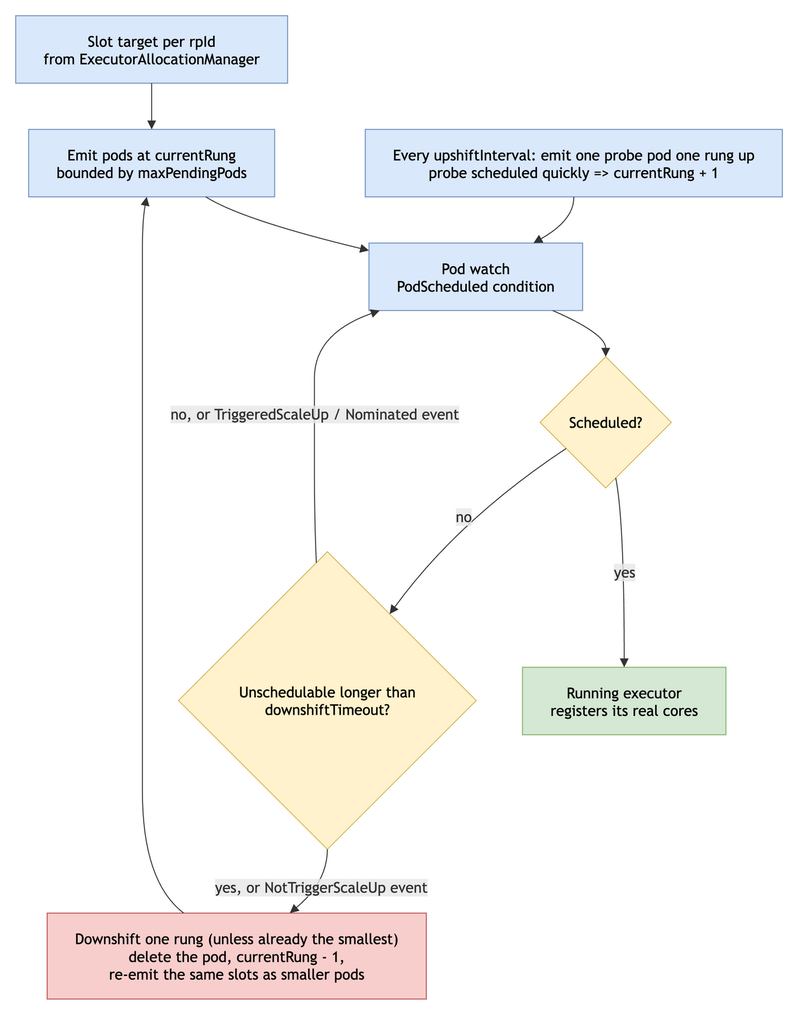
Earlier version of the draw.io export docs/img/spip-heterogeneous-executors/spip-allocation-loop.drawio.png (pushpavanthar/spark). Source tidied: cells renumbered, new cells last; positions are measured from the earlier drawing's top-left corner, leaving out a move shared by most shapes.
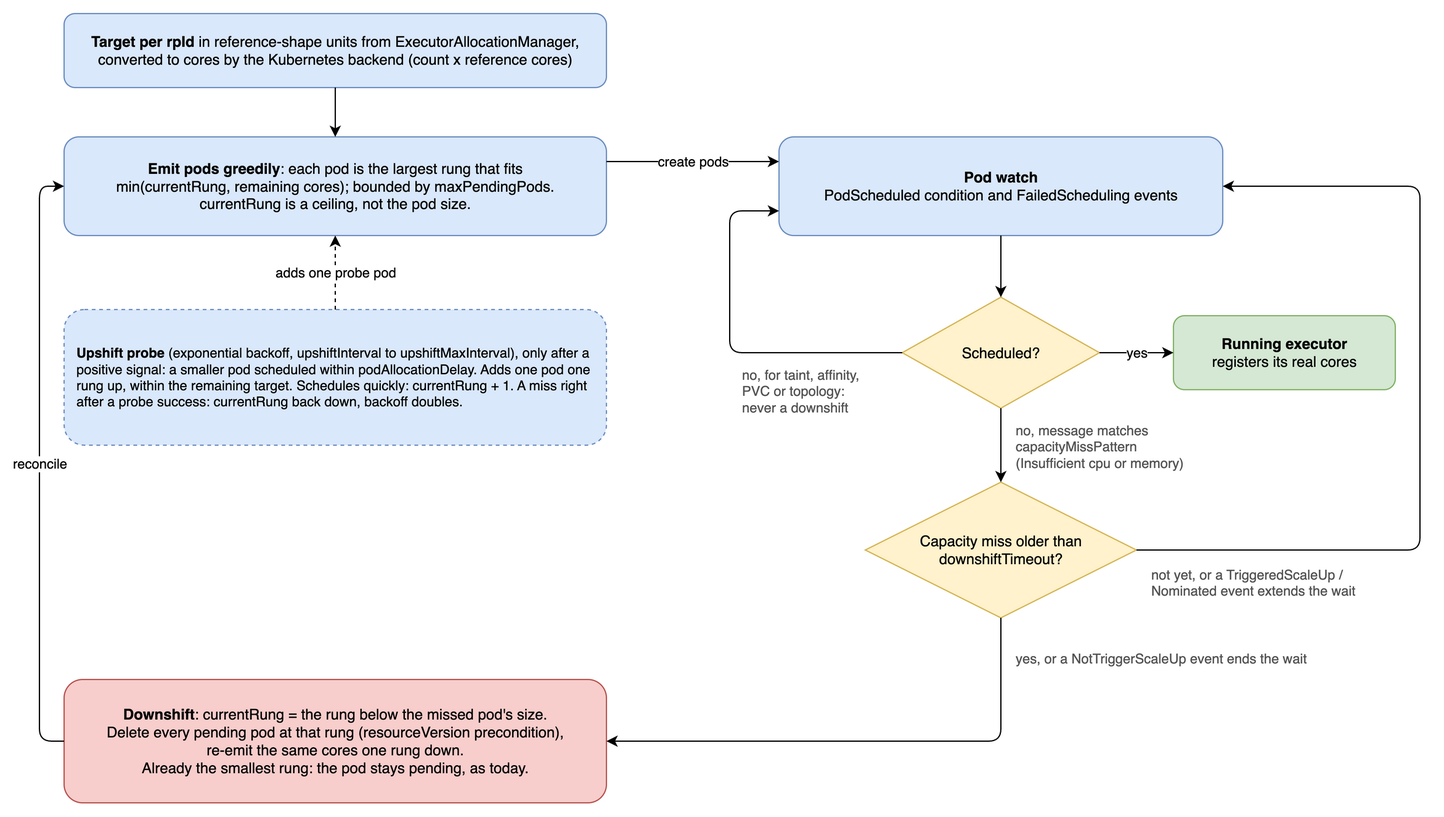
Later version of the same file.

Commit message:
[SPARK-61258][DOCS] Revise allocation-loop and change-surface SPIP diagrams for the third review round

What changed in the source:
```diff
@@ -2,96 +2,90 @@
   <root>
     <mxCell id="0" />
     <mxCell id="1" parent="0" />
-    <mxCell id="2" value="Slot target per rpId&#10;from ExecutorAllocationManager" style="html=1;whiteSpace=wrap;strokeWidth=1;fillColor=#dae8fc;strokeColor=#6c8ebf;fontColor=default;fontFamily=Trebuchet MS,Verdana,Arial,sans-serif;fontSize=16;" parent="1" vertex="1">
-      <mxGeometry width="294" height="73" as="geometry" />
-    </mxCell>
-    <mxCell id="3" value="Emit pods at currentRung&#10;bounded by maxPendingPods" style="html=1;whiteSpace=wrap;strokeWidth=1;fillColor=#dae8fc;strokeColor=#6c8ebf;fontColor=default;fontFamily=Trebuchet MS,Verdana,Arial,sans-serif;fontSize=16;" parent="1" vertex="1">
-      <mxGeometry x="14" y="123" width="266" height="73" as="geometry" />
-    </mxCell>
-    <mxCell id="4" value="Pod watch&#10;PodScheduled condition" style="html=1;whiteSpace=wrap;strokeWidth=1;fillColor=#dae8fc;strokeColor=#6c8ebf;fontColor=default;fontFamily=Trebuchet MS,Verdana,Arial,sans-serif;fontSize=16;" parent="1" vertex="1">
-      <mxGeometry x="382" y="246" width="231" height="73" as="geometry" />
-    </mxCell>
+    <mxCell id="19" value="&lt;b&gt;Target per rpId&lt;/b&gt; in reference-shape units from ExecutorAllocationManager,&lt;br&gt;converted to cores by the Kubernetes backend (count x reference cores)" style="rounded=1;whiteSpace=wrap;html=1;fillColor=#dae8fc;strokeColor=#6c8ebf;fontSize=12;" parent="1" vertex="1">
+      <mxGeometry x="32" y="12" width="440" height="60" as="geometry" />
+    </mxCell>
+    <mxCell id="20" value="&lt;b&gt;Emit pods greedily&lt;/b&gt;: each pod is the largest rung that fits&lt;br&gt;min(currentRung, remaining cores); bounded by maxPendingPods.&lt;br&gt;currentRung is a ceiling, not the pod size." style="rounded=1;whiteSpace=wrap;html=1;fillColor=#dae8fc;strokeColor=#6c8ebf;fontSize=12;" parent="1" vertex="1">
+      <mxGeometry x="32" y="112" width="440" height="80" as="geometry" />
+    </mxCell>
+    <mxCell id="21" value="&lt;b&gt;Upshift probe&lt;/b&gt; (exponential backoff, upshiftInterval to upshiftMaxInterval), only after a positive signal: a smaller pod scheduled within podAllocationDelay. Adds one pod one rung up, within the remaining target. Schedules quickly: currentRung + 1. A miss right after a probe success: currentRung back down, backoff doubles." style="rounded=1;whiteSpace=wrap;html=1;fillColor=#dae8fc;strokeColor=#6c8ebf;dashed=1;fontSize=11;align=left;spacingLeft=8;spacingRight=8;" parent="1" vertex="1">
+      <mxGeometry x="32" y="252" width="440" height="110" as="geometry" />
+    </mxCell>
+    <mxCell id="22" value="&lt;b&gt;Downshift&lt;/b&gt;: currentRung = the rung below the missed pod's size.&lt;br&gt;Delete every pending pod at that rung (resourceVersion precondition),&lt;br&gt;re-emit the same cores one rung down.&lt;br&gt;Already the smallest rung: the pod stays pending, as today." style="rounded=1;whiteSpace=wrap;html=1;fillColor=#f8cecc;strokeColor=#b85450;fontSize=12;" parent="1" vertex="1">
+      <mxGeometry x="32" y="552" width="440" height="100" as="geometry" />
+    </mxCell>
+    <mxCell id="23" value="&lt;b&gt;Pod watch&lt;/b&gt;&lt;br&gt;PodScheduled condition and FailedScheduling events" style="rounded=1;whiteSpace=wrap;html=1;fillColor=#dae8fc;strokeColor=#6c8ebf;fontSize=12;" parent="1" vertex="1">
+      <mxGeometry x="612" y="112" width="360" height="80" as="geometry" />
+    </mxCell>
-    <mxCell id="5" value="Scheduled?" style="rhombus;html=1;strokeWidth=1;whiteSpace=wrap;fillColor=#fff2cc;strokeColor=#d6b656;fontColor=default;fontFamily=Trebuchet MS,Verdana,Arial,sans-serif;fontSize=16;" parent="1" vertex="1">
-      <mxGeometry x="567" y="369" width="142" height="142" as="geometry" />
+    <mxCell id="5" value="Scheduled?" style="rhombus;whiteSpace=wrap;html=1;fillColor=#fff2cc;strokeColor=#d6b656;fontSize=12;" parent="1" vertex="1">
+      <mxGeometry x="712" y="242" width="160" height="90" as="geometry" />
     </mxCell>
-    <mxCell id="6" value="Running executor&#10;registers its real cores" style="html=1;whiteSpace=wrap;strokeWidth=1;fillColor=#d5e8d4;strokeColor=#82b366;fontColor=default;fontFamily=Trebuchet MS,Verdana,Arial,sans-serif;fontSize=16;" parent="1" vertex="1">
-      <mxGeometry x="548" y="705" width="220" height="73" as="geometry" />
+    <mxCell id="6" value="&lt;b&gt;Running executor&lt;/b&gt;&lt;br&gt;registers its real cores" style="rounded=1;whiteSpace=wrap;html=1;fillColor=#d5e8d4;strokeColor=#82b366;fontSize=12;" parent="1" vertex="1">
+      <mxGeometry x="932" y="257" width="180" height="60" as="geometry" />
     </mxCell>
-    <mxCell id="7" value="Unschedulable longer than&#10;downshiftTimeout?" style="rhombus;html=1;strokeWidth=1;whiteSpace=wrap;fillColor=#fff2cc;strokeColor=#d6b656;fontColor=default;fontFamily=Trebuchet MS,Verdana,Arial,sans-serif;fontSize=16;" parent="1" vertex="1">
-      <mxGeometry x="176" y="580" width="322" height="322" as="geometry" />
-    </mxCell>
-    <mxCell id="8" value="Downshift one rung (unless already the smallest)&#10;delete the pod, currentRung - 1,&#10;re-emit the same slots as smaller pods" style="html=1;whiteSpace=wrap;strokeWidth=1;fillColor=#f8cecc;strokeColor=#b85450;fontColor=default;fontFamily=Trebuchet MS,Verdana,Arial,sans-serif;fontSize=16;" parent="1" vertex="1">
-      <mxGeometry x="34" y="971" width="410" height="93" as="geometry" />
-    </mxCell>
-    <mxCell id="9" value="Every upshiftInterval: emit one probe pod one rung up&#10;probe scheduled quickly =&gt; currentRung + 1" style="html=1;whiteSpace=wrap;strokeWidth=1;fillColor=#dae8fc;strokeColor=#6c8ebf;fontColor=default;fontFamily=Trebuchet MS,Verdana,Arial,sans-serif;fontSize=16;" parent="1" vertex="1">
-      <mxGeometry x="378" y="123" width="451" height="73" as="geometry" />
-    </mxCell>
-    <mxCell id="10" style="curved=1;startArrow=none;endArrow=block;endSize=7;strokeColor=light-dark(#333333,#cccccc);exitX=0.5;exitY=1;entryX=0.5;entryY=0;" parent="1" edge="1" source="2" target="3">
-      <mxGeometry relative="1" as="geometry" />
-    </mxCell>
-    <mxCell id="11" style="curved=1;startArrow=none;endArrow=block;endSize=7;strokeColor=light-dark(#333333,#cccccc);exitX=0.72;exitY=1;entryX=0;entryY=0.11;" parent="1" edge="1" source="3" target="4">
-      <mxGeometry relative="1" as="geometry">
-        <Array as="points">
-          <mxPoint x="245" y="221" />
-        </Array>
-      </mxGeometry>
-    </mxCell>
-    <mxCell id="12" style="curved=1;startArrow=none;endArrow=block;endSize=7;strokeColor=light-dark(#333333,#cccccc);exitX=0.86;exitY=1;entryX=0.5;entryY=0;" parent="1" edge="1" source="4" target="5">
-      <mxGeometry relative="1" as="geometry">
-        <Array as="points">
-          <mxPoint x="638" y="344" />
-        </Array>
-      </mxGeometry>
-    </mxCell>
+    <mxCell id="24" value="Capacity miss older than downshiftTimeout?" style="rhombus;whiteSpace=wrap;html=1;fillColor=#fff2cc;strokeColor=#d6b656;fontSize=12;" parent="1" vertex="1">
+      <mxGeometry x="682" y="392" width="220" height="110" as="geometry" />
+    </mxCell>
+    <mxCell id="25" style="edgeStyle=orthogonalEdgeStyle;rounded=1;html=1;" parent="1" edge="1" source="19" target="20">
+      <mxGeometry relative="1" as="geometry" />
+    </mxCell>
+    <mxCell id="26" value="create pods" style="edgeStyle=orthogonalEdgeStyle;rounded=1;html=1;fontSize=11;exitX=1;exitY=0.25;entryX=0;entryY=0.25;" parent="1" edge="1" source="20" target="23">
+      <mxGeometry relative="1" as="geometry" />
+    </mxCell>
+    <mxCell id="27" value="adds one probe pod" style="edgeStyle=orthogonalEdgeStyle;rounded=1;html=1;fontSize=11;dashed=1;exitX=0.5;exitY=0;entryX=0.5;entryY=1;" parent="1" edge="1" source="21" target="20">
+      <mxGeometry relative="1" as="geometry" />
+    </mxCell>
+    <mxCell id="28" style="edgeStyle=orthogonalEdgeStyle;rounded=1;html=1;" parent="1" edge="1" source="23" target="5">
+      <mxGeometry relative="1" as="geometry" />
+    </mxCell>
-    <mxCell id="13" value="yes" style="curved=1;startArrow=none;endArrow=block;endSize=7;strokeColor=light-dark(#333333,#cccccc);html=1;fontSize=16;labelBackgroundColor=light-dark(#E8E8E88D,#2a2a2a8D);fontFamily=Trebuchet MS,Verdana,Arial,sans-serif;fontColor=light-dark(#333333,#cccccc);exitX=0.59;exitY=1;entryX=0.5;entryY=0;" parent="1" edge="1" source="5" target="6">
-      <mxGeometry relative="1" as="geometry">
-        <Array as="points">
-          <mxPoint x="658" y="546" />
-        </Array>
-      </mxGeometry>
+    <mxCell id="13" value="yes" style="edgeStyle=orthogonalEdgeStyle;rounded=1;html=1;fontSize=11;exitX=1;exitY=0.5;entryX=0;entryY=0.5;" parent="1" edge="1" source="5" target="6">
+      <mxGeometry relative="1" as="geometry" />
     </mxCell>
-    <mxCell id="14" value="no" style="curved=1;startArrow=none;endArrow=block;endSize=7;strokeColor=light-dark(#333333,#cccccc);html=1;fontSize=16;labelBackgroundColor=light-dark(#E8E8E88D,#2a2a2a8D);fontFamily=Trebuchet MS,Verdana,Arial,sans-serif;fontColor=light-dark(#333333,#cccccc);exitX=0;exitY=0.83;entryX=0.86;entryY=0;" parent="1" edge="1" source="5" target="7">
-      <mxGeometry relative="1" as="geometry">
-        <Array as="points">
-          <mxPoint x="478" y="546" />
-        </Array>
-      </mxGeometry>
-    </mxCell>
-    <mxCell id="15" value="no, or TriggeredScaleUp / Nominated event" style="curved=1;startArrow=none;endArrow=block;endSize=7;strokeColor=light-dark(#333333,#cccccc);html=1;fontSize=16;labelBackgroundColor=light-dark(#E8E8E88D,#2a2a2a8D);fontFamily=Trebuchet MS,Verdana,Arial,sans-serif;fontColor=light-dark(#333333,#cccccc);exitX=0.46;exitY=0;entryX=0.05;entryY=1;" parent="1" edge="1" source="7" target="4">
-      <mxGeometry relative="1" as="geometry">
-        <Array as="points">
-          <mxPoint x="323" y="546" />
-          <mxPoint x="323" y="440" />
-          <mxPoint x="323" y="344" />
-        </Array>
-      </mxGeometry>
-    </mxCell>
-    <mxCell id="16" value="yes, or NotTriggerScaleUp event" style="curved=1;startArrow=none;endArrow=block;endSize=7;strokeColor=light-dark(#333333,#cccccc);html=1;fontSize=16;labelBackgroundColor=light-dark(#E8E8E88D,#2a2a2a8D);fontFamily=Trebuchet MS,Verdana,Arial,sans-serif;fontColor=light-dark(#333333,#cccccc);exitX=0.5;exitY=1;entryX=0.64;entryY=0;" parent="1" edge="1" source="7" target="8">
-      <mxGeometry relative="1" as="geometry">
-        <Array as="points">
-          <mxPoint x="337" y="937" />
-        </Array>
-      </mxGeometry>
-    </mxCell>
-    <mxCell id="17" style="curved=1;startArrow=none;endArrow=block;endSize=7;strokeColor=light-dark(#333333,#cccccc);exitX=0.36;exitY=0;entryX=0.48;entryY=1;" parent="1" edge="1" source="8" target="3">
-      <mxGeometry relative="1" as="geometry">
-        <Array as="points">
-          <mxPoint x="137" y="937" />
-          <mxPoint x="137" y="741" />
-          <mxPoint x="137" y="546" />
-          <mxPoint x="137" y="440" />
-          <mxPoint x="137" y="344" />
-          <mxPoint x="137" y="283" />
-          <mxPoint x="137" y="221" />
-        </Array>
-      </mxGeometry>
-    </mxCell>
-    <mxCell id="18" style="curved=1;startArrow=none;endArrow=block;endSize=7;strokeColor=light-dark(#333333,#cccccc);exitX=0.5;exitY=1;entryX=0.77;entryY=0;" parent="1" edge="1" source="9" target="4">
-      <mxGeometry relative="1" as="geometry">
-        <Array as="points">
-          <mxPoint x="604" y="221" />
-        </Array>
-      </mxGeometry>
-    </mxCell>
+    <mxCell id="29" style="edgeStyle=orthogonalEdgeStyle;rounded=1;html=1;exitX=0;exitY=0.5;entryX=0;entryY=0.75;" parent="1" edge="1" source="5" target="23">
+      <mxGeometry relative="1" as="geometry">
+        <Array as="points">
+          <mxPoint x="572" y="287" />
+          <mxPoint x="572" y="172" />
+        </Array>
+      </mxGeometry>
+    </mxCell>
+    <mxCell id="30" value="no, for taint, affinity,&lt;br&gt;PVC or topology:&lt;br&gt;never a downshift" style="text;html=1;align=left;verticalAlign=top;fontSize=11;fontColor=#555555;" parent="1" vertex="1">
+      <mxGeometry x="580" y="292" width="130" height="50" as="geometry" />
+    </mxCell>
+    <mxCell id="31" style="edgeStyle=orthogonalEdgeStyle;rounded=1;html=1;" parent="1" edge="1" source="5" target="24">
+      <mxGeometry relative="1" as="geometry" />
+    </mxCell>
+    <mxCell id="32" value="no, message matches&lt;br&gt;capacityMissPattern&lt;br&gt;(Insufficient cpu or memory)" style="text;html=1;align=left;verticalAlign=top;fontSize=11;fontColor=#555555;" parent="1" vertex="1">
+      <mxGeometry x="802" y="337" width="180" height="50" as="geometry" />
+    </mxCell>
+    <mxCell id="33" style="edgeStyle=orthogonalEdgeStyle;rounded=1;html=1;exitX=1;exitY=0.5;entryX=1;entryY=0.5;" parent="1" edge="1" source="24" target="23">
+      <mxGeometry relative="1" as="geometry">
+        <Array as="points">
+          <mxPoint x="1132" y="447" />
+          <mxPoint x="1132" y="152" />
+        </Array>
+      </mxGeometry>
+    </mxCell>
+    <mxCell id="34" value="not yet, or a TriggeredScaleUp /&lt;br&gt;Nominated event extends the wait" style="text;html=1;align=left;verticalAlign=top;fontSize=11;fontColor=#555555;" parent="1" vertex="1">
+      <mxGeometry x="912" y="454" width="210" height="40" as="geometry" />
+    </mxCell>
+    <mxCell id="35" style="edgeStyle=orthogonalEdgeStyle;rounded=1;html=1;exitX=0.5;exitY=1;entryX=1;entryY=0.5;" parent="1" edge="1" source="24" target="22">
+      <mxGeometry relative="1" as="geometry">
+        <Array as="points">
+          <mxPoint x="792" y="602" />
+        </Array>
+      </mxGeometry>
+    </mxCell>
+    <mxCell id="36" value="yes, or a NotTriggerScaleUp event ends the wait" style="text;html=1;align=left;verticalAlign=top;fontSize=11;fontColor=#555555;" parent="1" vertex="1">
+      <mxGeometry x="802" y="522" width="280" height="24" as="geometry" />
+    </mxCell>
+    <mxCell id="37" value="reconcile" style="edgeStyle=orthogonalEdgeStyle;rounded=1;html=1;fontSize=11;exitX=0;exitY=0.5;entryX=0;entryY=0.5;" parent="1" edge="1" source="22" target="20">
+      <mxGeometry relative="1" as="geometry">
+        <Array as="points">
+          <mxPoint x="12" y="602" />
+          <mxPoint x="12" y="152" />
+        </Array>
+      </mxGeometry>
+    </mxCell>
   </root>
 </mxGraphModel>
```
